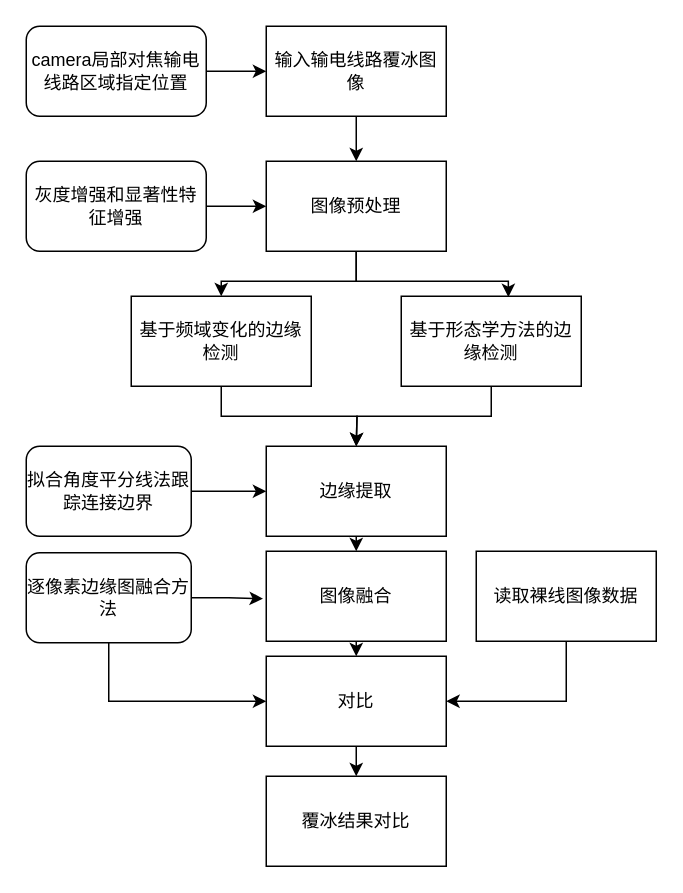
Above: iced_transmission.drawio in paleblackless/diagrams (draw.io), before the change. Source tidied: cells renumbered, new cells numbered last; positions are measured from the earlier drawing's top-left corner, leaving out a move shared by most shapes. Both pictures are drawn from the tidied source at 150%, with x=0, y=0 at pixel (26, 26).
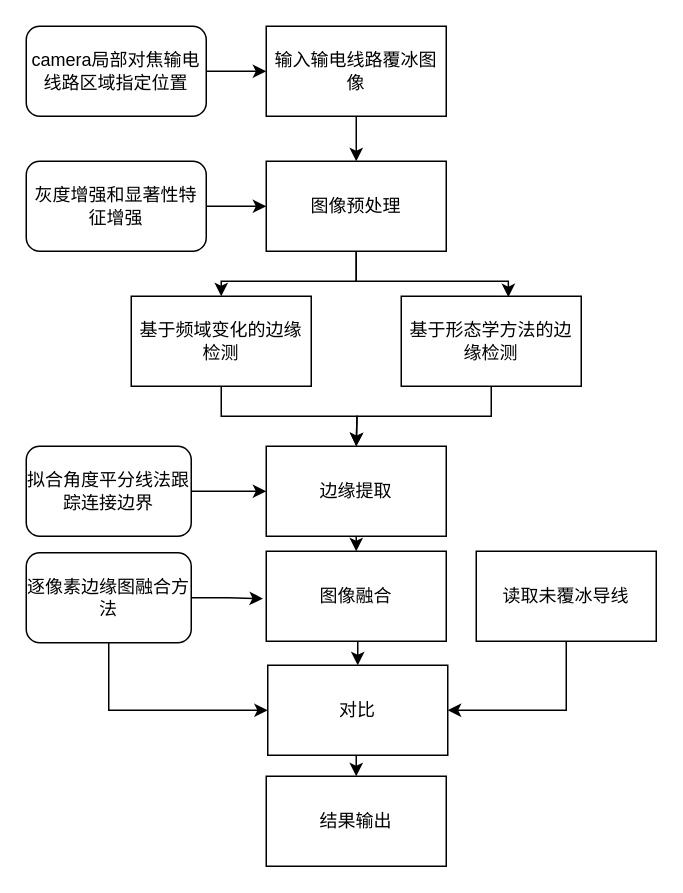
The same diagram, later.

The edit, as a diff of the source:
```diff
@@
-    <mxCell id="25" value="读取裸线图像数据" style="rounded=0;whiteSpace=wrap;html=1;" parent="1" vertex="1">
+    <mxCell id="25" value="读取未覆冰导线" style="rounded=0;whiteSpace=wrap;html=1;" parent="1" vertex="1">
       <mxGeometry x="300" y="350" width="120" height="60" as="geometry" />
     </mxCell>
@@
     <mxCell id="27" value="对比" style="rounded=0;whiteSpace=wrap;html=1;" parent="1" vertex="1">
-      <mxGeometry x="160" y="420" width="120" height="60" as="geometry" />
+      <mxGeometry x="161" y="426" width="120" height="60" as="geometry" />
     </mxCell>
-    <mxCell id="28" value="覆冰结果对比" style="rounded=0;whiteSpace=wrap;html=1;" parent="1" vertex="1">
+    <mxCell id="28" value="结果输出" style="rounded=0;whiteSpace=wrap;html=1;" parent="1" vertex="1">
       <mxGeometry x="160" y="500" width="120" height="60" as="geometry" />
     </mxCell>
```
